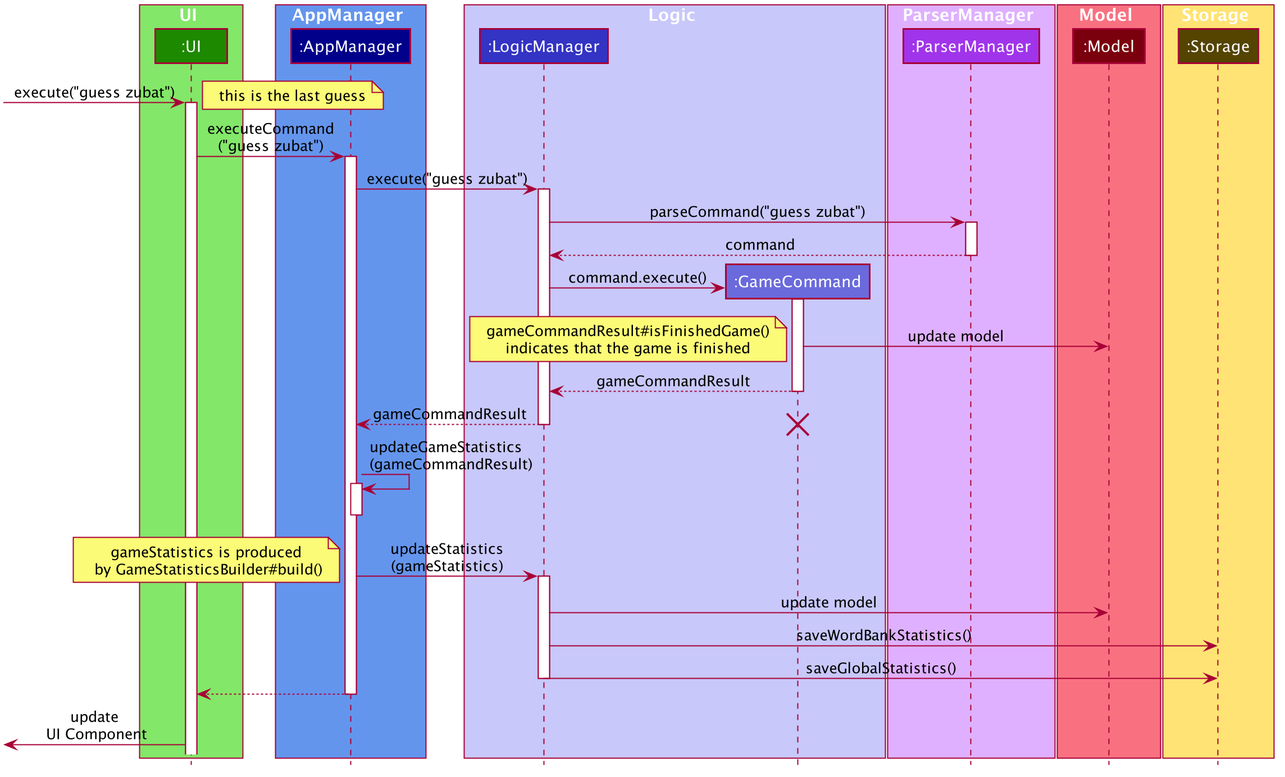
Before: docs/images/UpdateSaveStatisticsSequenceDiagram.png, a diagram exported from PlantUML (nus-cs2103-AY1920S1/addressbook-level3). Its source is kept beside it as docs/diagrams/UpdateSaveStatisticsSequenceDiagram.puml.
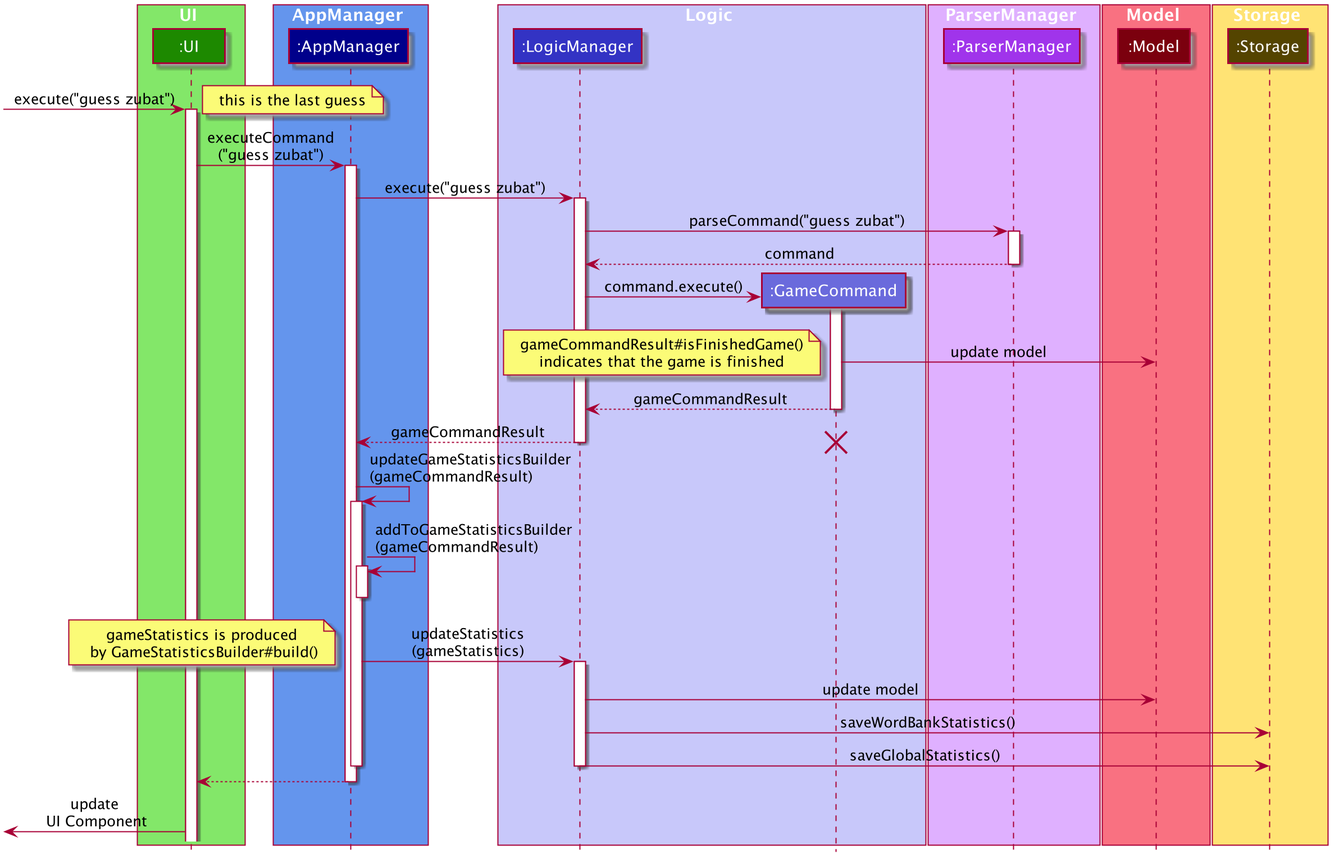
Above is the later version.

What changed in the source:
```diff
@@ -55,8 +55,11 @@
 destroy GameCommand
 deactivate LogicManager
 
-AppManager -> AppManager: updateGameStatistics\n(gameCommandResult)
+AppManager -> AppManager: updateGameStatisticsBuilder\n(gameCommandResult)
 
+activate AppManager
+
+AppManager -> AppManager: addToGameStatisticsBuilder\n(gameCommandResult)
 activate AppManager
 deactivate AppManager
 
@@ -67,6 +70,7 @@
 LogicManager->Storage: saveWordBankStatistics()
 LogicManager->Storage: saveGlobalStatistics()
 
+deactivate AppManager
 deactivate LogicManager
 
 
```
